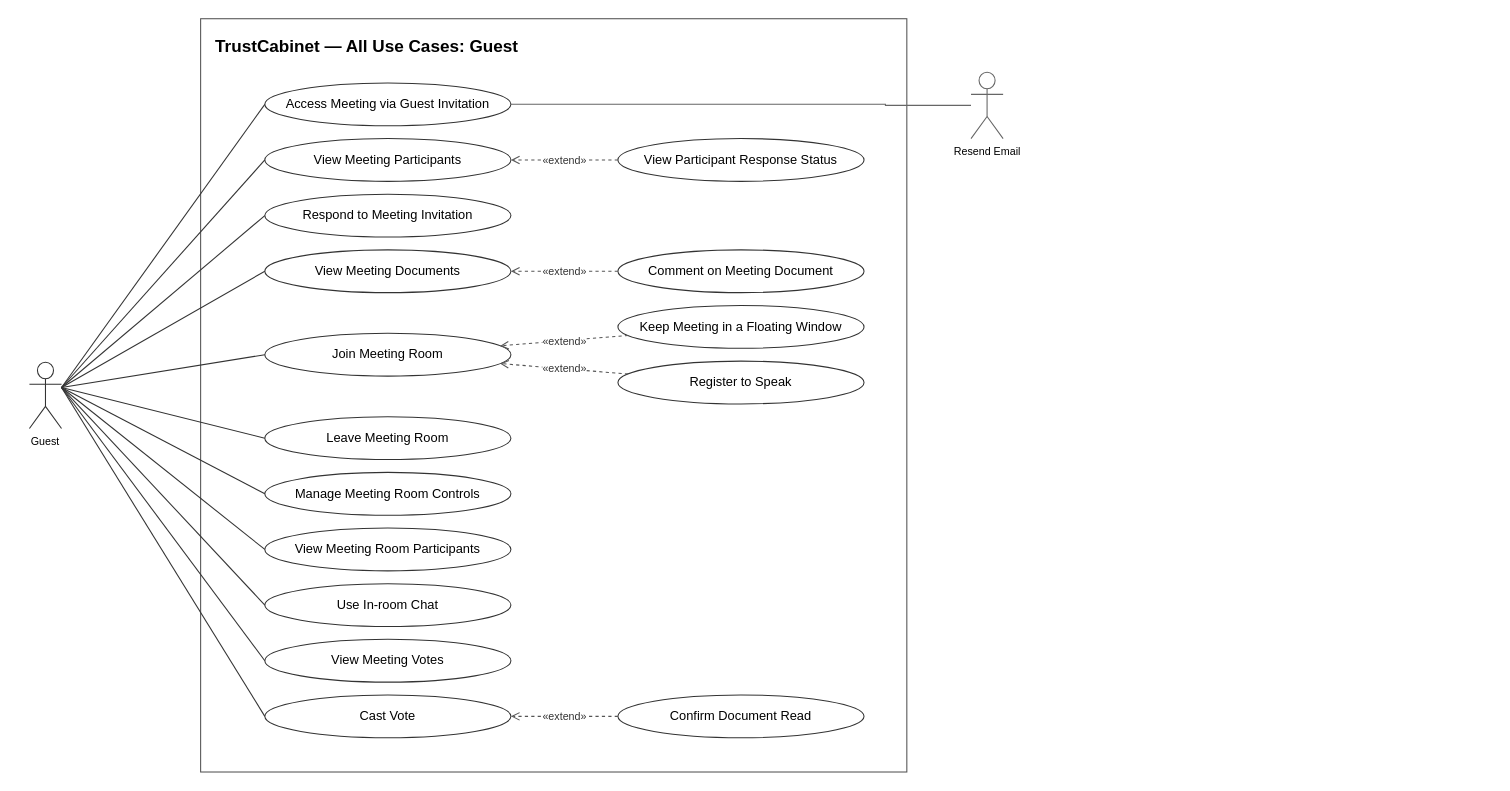
Earlier version of the draw.io diagram page "Guest" (7 of 7) of docs/14-uc-diagram/trustcabinet-use-cases.drawio (callmehai/FU-FA26-G116). Source tidied: cells renumbered, new cells numbered last; positions are measured from the earlier drawing's top-left corner, leaving out a move shared by most shapes. Both pictures are drawn from the tidied source at 107%, with x=0, y=0 at pixel (29, 18).
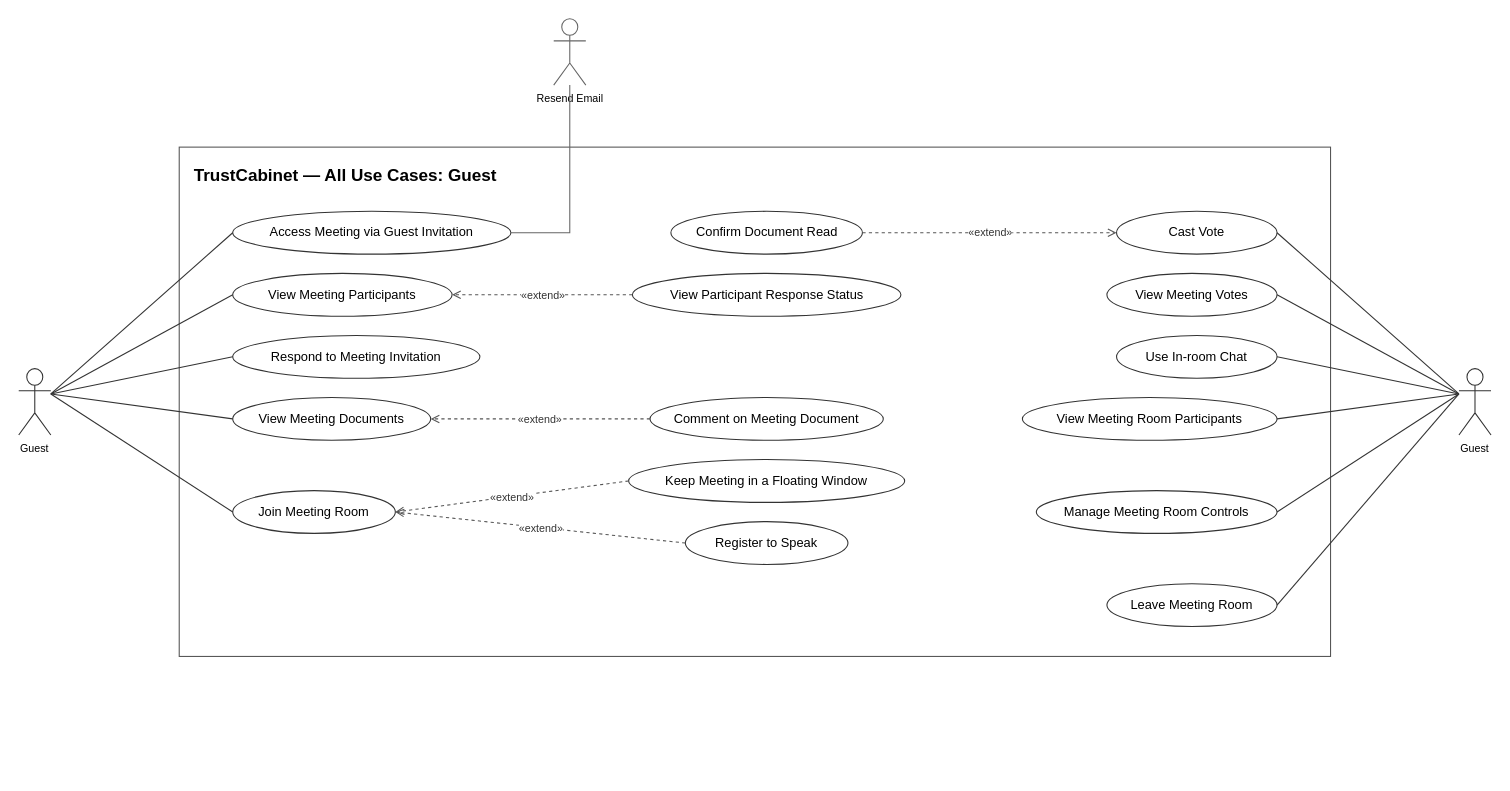
The same page after the edit.

What changed in the source:
```diff
@@
     <mxCell id="2" value="TrustCabinet — All Use Cases: Guest" style="rounded=0;whiteSpace=wrap;html=1;align=left;verticalAlign=top;spacingTop=10;spacingLeft=12;fontStyle=1;fontSize=16;strokeColor=#555555;fillColor=none;" parent="1" vertex="1">
-      <mxGeometry x="160" width="660" height="704" as="geometry" />
+      <mxGeometry x="140" y="120" width="1076" height="476" as="geometry" />
     </mxCell>
     <mxCell id="3" value="Guest" style="shape=umlActor;whiteSpace=wrap;verticalLabelPosition=bottom;verticalAlign=top;html=1;outlineConnect=0;fillColor=#ffffff;strokeColor=#333333;fontSize=10;" parent="1" vertex="1">
-      <mxGeometry y="321" width="30" height="62" as="geometry" />
+      <mxGeometry x="-10" y="327" width="30" height="62" as="geometry" />
     </mxCell>
+    <mxCell id="38" value="Guest" style="shape=umlActor;whiteSpace=wrap;verticalLabelPosition=bottom;verticalAlign=top;html=1;outlineConnect=0;fillColor=#ffffff;strokeColor=#333333;fontSize=10;" parent="1" vertex="1">
+      <mxGeometry x="1336" y="327" width="30" height="62" as="geometry" />
+    </mxCell>
     <mxCell id="4" value="Respond to Meeting Invitation" style="ellipse;whiteSpace=wrap;html=1;align=center;verticalAlign=middle;fontSize=12;strokeColor=#333333;fillColor=#ffffff;" parent="1" vertex="1">
-      <mxGeometry x="220" y="164" width="230" height="40" as="geometry" />
+      <mxGeometry x="190" y="296" width="231" height="40" as="geometry" />
     </mxCell>
     <mxCell id="5" value="Join Meeting Room" style="ellipse;whiteSpace=wrap;html=1;align=center;verticalAlign=middle;fontSize=12;strokeColor=#333333;fillColor=#ffffff;" parent="1" vertex="1">
-      <mxGeometry x="220" y="294" width="230" height="40" as="geometry" />
+      <mxGeometry x="190" y="441" width="152" height="40" as="geometry" />
     </mxCell>
     <mxCell id="6" value="Leave Meeting Room" style="ellipse;whiteSpace=wrap;html=1;align=center;verticalAlign=middle;fontSize=12;strokeColor=#333333;fillColor=#ffffff;" parent="1" vertex="1">
-      <mxGeometry x="220" y="372" width="230" height="40" as="geometry" />
+      <mxGeometry x="1007" y="528" width="159" height="40" as="geometry" />
     </mxCell>
     <mxCell id="7" value="Manage Meeting Room Controls" style="ellipse;whiteSpace=wrap;html=1;align=center;verticalAlign=middle;fontSize=12;strokeColor=#333333;fillColor=#ffffff;" parent="1" vertex="1">
-      <mxGeometry x="220" y="424" width="230" height="40" as="geometry" />
+      <mxGeometry x="941" y="441" width="225" height="40" as="geometry" />
     </mxCell>
     <mxCell id="8" value="View Meeting Room Participants" style="ellipse;whiteSpace=wrap;html=1;align=center;verticalAlign=middle;fontSize=12;strokeColor=#333333;fillColor=#ffffff;" parent="1" vertex="1">
-      <mxGeometry x="220" y="476" width="230" height="40" as="geometry" />
+      <mxGeometry x="928" y="354" width="238" height="40" as="geometry" />
     </mxCell>
     <mxCell id="9" value="Use In-room Chat" style="ellipse;whiteSpace=wrap;html=1;align=center;verticalAlign=middle;fontSize=12;strokeColor=#333333;fillColor=#ffffff;" parent="1" vertex="1">
-      <mxGeometry x="220" y="528" width="230" height="40" as="geometry" />
+      <mxGeometry x="1016" y="296" width="150" height="40" as="geometry" />
     </mxCell>
     <mxCell id="10" value="View Meeting Documents" style="ellipse;whiteSpace=wrap;html=1;align=center;verticalAlign=middle;fontSize=12;strokeColor=#333333;fillColor=#ffffff;" parent="1" vertex="1">
-      <mxGeometry x="220" y="216" width="230" height="40" as="geometry" />
+      <mxGeometry x="190" y="354" width="185" height="40" as="geometry" />
     </mxCell>
     <mxCell id="11" value="Access Meeting via Guest Invitation" style="ellipse;whiteSpace=wrap;html=1;align=center;verticalAlign=middle;fontSize=12;strokeColor=#333333;fillColor=#ffffff;" parent="1" vertex="1">
-      <mxGeometry x="220" y="60" width="230" height="40" as="geometry" />
+      <mxGeometry x="190" y="180" width="260" height="40" as="geometry" />
     </mxCell>
     <mxCell id="12" value="View Meeting Votes" style="ellipse;whiteSpace=wrap;html=1;align=center;verticalAlign=middle;fontSize=12;strokeColor=#333333;fillColor=#ffffff;" parent="1" vertex="1">
-      <mxGeometry x="220" y="580" width="230" height="40" as="geometry" />
+      <mxGeometry x="1007" y="238" width="159" height="40" as="geometry" />
     </mxCell>
     <mxCell id="13" value="Comment on Meeting Document" style="ellipse;whiteSpace=wrap;html=1;align=center;verticalAlign=middle;fontSize=12;strokeColor=#333333;fillColor=#ffffff;" parent="1" vertex="1">
-      <mxGeometry x="550" y="216" width="230" height="40" as="geometry" />
+      <mxGeometry x="580" y="354" width="218" height="40" as="geometry" />
     </mxCell>
     <mxCell id="14" value="Cast Vote" style="ellipse;whiteSpace=wrap;html=1;align=center;verticalAlign=middle;fontSize=12;strokeColor=#333333;fillColor=#ffffff;" parent="1" vertex="1">
-      <mxGeometry x="220" y="632" width="230" height="40" as="geometry" />
+      <mxGeometry x="1016" y="180" width="150" height="40" as="geometry" />
     </mxCell>
     <mxCell id="15" value="View Meeting Participants" style="ellipse;whiteSpace=wrap;html=1;align=center;verticalAlign=middle;fontSize=12;strokeColor=#333333;fillColor=#ffffff;" parent="1" vertex="1">
-      <mxGeometry x="220" y="112" width="230" height="40" as="geometry" />
+      <mxGeometry x="190" y="238" width="205" height="40" as="geometry" />
     </mxCell>
     <mxCell id="16" value="View Participant Response Status" style="ellipse;whiteSpace=wrap;html=1;align=center;verticalAlign=middle;fontSize=12;strokeColor=#333333;fillColor=#ffffff;" parent="1" vertex="1">
-      <mxGeometry x="550" y="112" width="230" height="40" as="geometry" />
+      <mxGeometry x="563.5" y="238" width="251" height="40" as="geometry" />
     </mxCell>
     <mxCell id="17" value="Confirm Document Read" style="ellipse;whiteSpace=wrap;html=1;align=center;verticalAlign=middle;fontSize=12;strokeColor=#333333;fillColor=#ffffff;" parent="1" vertex="1">
-      <mxGeometry x="550" y="632" width="230" height="40" as="geometry" />
+      <mxGeometry x="599.5" y="180" width="179" height="40" as="geometry" />
     </mxCell>
     <mxCell id="18" value="Keep Meeting in a Floating Window" style="ellipse;whiteSpace=wrap;html=1;align=center;verticalAlign=middle;fontSize=12;strokeColor=#333333;fillColor=#ffffff;" parent="1" vertex="1">
-      <mxGeometry x="550" y="268" width="230" height="40" as="geometry" />
+      <mxGeometry x="560" y="412" width="258" height="40" as="geometry" />
     </mxCell>
     <mxCell id="19" value="Register to Speak" style="ellipse;whiteSpace=wrap;html=1;align=center;verticalAlign=middle;fontSize=12;strokeColor=#333333;fillColor=#ffffff;" parent="1" vertex="1">
-      <mxGeometry x="550" y="320" width="230" height="40" as="geometry" />
+      <mxGeometry x="613" y="470" width="152" height="40" as="geometry" />
     </mxCell>
     <mxCell id="20" value="Resend Email" style="shape=umlActor;verticalLabelPosition=bottom;verticalAlign=top;html=1;outlineConnect=0;fillColor=#ffffff;strokeColor=#666666;fontSize=10;" parent="1" vertex="1">
-      <mxGeometry x="880" y="50" width="30" height="62" as="geometry" />
+      <mxGeometry x="490" width="30" height="62" as="geometry" />
     </mxCell>
+    <mxCell id="26" style="edgeStyle=orthogonalEdgeStyle;rounded=0;strokeColor=#666666;html=1;strokeWidth=1;endArrow=none;startArrow=none;exitX=1;exitY=0.5;exitDx=0;exitDy=0;entryX=0.5;entryY=1;entryDx=0;entryDy=0;" parent="1" edge="1" source="11" target="20">
+      <mxGeometry relative="1" as="geometry">
+        <Array as="points">
+          <mxPoint x="505" y="200" />
+          <mxPoint x="505" y="100" />
+          <mxPoint x="505" y="100" />
+        </Array>
+      </mxGeometry>
+    </mxCell>
+    <mxCell id="24" value="&amp;#171;extend&amp;#187;" style="edgeStyle=none;html=1;dashed=1;strokeColor=#555555;fontColor=#333333;fontSize=10;endArrow=open;endFill=0;labelBackgroundColor=#FFFFFF;exitX=0;exitY=0.5;exitDx=0;exitDy=0;entryX=1;entryY=0.5;entryDx=0;entryDy=0;" parent="1" edge="1" source="18" target="5">
+      <mxGeometry relative="1" as="geometry" />
+    </mxCell>
+    <mxCell id="25" value="&amp;#171;extend&amp;#187;" style="edgeStyle=none;html=1;dashed=1;strokeColor=#555555;fontColor=#333333;fontSize=10;endArrow=open;endFill=0;labelBackgroundColor=#FFFFFF;exitX=0;exitY=0.5;exitDx=0;exitDy=0;entryX=1;entryY=0.5;entryDx=0;entryDy=0;" parent="1" edge="1" source="19" target="5">
+      <mxGeometry relative="1" as="geometry" />
+    </mxCell>
-    <mxCell id="21" value="&amp;#171;extend&amp;#187;" style="edgeStyle=none;html=1;dashed=1;strokeColor=#555555;fontColor=#333333;fontSize=10;endArrow=open;endFill=0;labelBackgroundColor=#FFFFFF;" parent="1" edge="1" source="13" target="10">
+    <mxCell id="21" value="&amp;#171;extend&amp;#187;" style="edgeStyle=none;html=1;dashed=1;strokeColor=#555555;fontColor=#333333;fontSize=10;endArrow=open;endFill=0;labelBackgroundColor=#FFFFFF;exitX=0;exitY=0.5;exitDx=0;exitDy=0;entryX=1;entryY=0.5;entryDx=0;entryDy=0;" parent="1" edge="1" source="13" target="10">
       <mxGeometry relative="1" as="geometry" />
     </mxCell>
-    <mxCell id="22" value="&amp;#171;extend&amp;#187;" style="edgeStyle=none;html=1;dashed=1;strokeColor=#555555;fontColor=#333333;fontSize=10;endArrow=open;endFill=0;labelBackgroundColor=#FFFFFF;" parent="1" edge="1" source="16" target="15">
+    <mxCell id="22" value="&amp;#171;extend&amp;#187;" style="edgeStyle=none;html=1;dashed=1;strokeColor=#555555;fontColor=#333333;fontSize=10;endArrow=open;endFill=0;labelBackgroundColor=#FFFFFF;exitX=0;exitY=0.5;exitDx=0;exitDy=0;entryX=1;entryY=0.5;entryDx=0;entryDy=0;" parent="1" edge="1" source="16" target="15">
       <mxGeometry relative="1" as="geometry" />
     </mxCell>
-    <mxCell id="23" value="&amp;#171;extend&amp;#187;" style="edgeStyle=none;html=1;dashed=1;strokeColor=#555555;fontColor=#333333;fontSize=10;endArrow=open;endFill=0;labelBackgroundColor=#FFFFFF;" parent="1" edge="1" source="17" target="14">
+    <mxCell id="23" value="&amp;#171;extend&amp;#187;" style="edgeStyle=none;html=1;dashed=1;strokeColor=#555555;fontColor=#333333;fontSize=10;endArrow=open;endFill=0;labelBackgroundColor=#FFFFFF;exitX=1;exitY=0.5;exitDx=0;exitDy=0;entryX=0;entryY=0.5;entryDx=0;entryDy=0;" parent="1" edge="1" source="17" target="14">
       <mxGeometry relative="1" as="geometry" />
     </mxCell>
-    <mxCell id="24" value="&amp;#171;extend&amp;#187;" style="edgeStyle=none;html=1;dashed=1;strokeColor=#555555;fontColor=#333333;fontSize=10;endArrow=open;endFill=0;labelBackgroundColor=#FFFFFF;" parent="1" edge="1" source="18" target="5">
-      <mxGeometry relative="1" as="geometry" />
-    </mxCell>
-    <mxCell id="25" value="&amp;#171;extend&amp;#187;" style="edgeStyle=none;html=1;dashed=1;strokeColor=#555555;fontColor=#333333;fontSize=10;endArrow=open;endFill=0;labelBackgroundColor=#FFFFFF;" parent="1" edge="1" source="19" target="5">
-      <mxGeometry relative="1" as="geometry" />
-    </mxCell>
-    <mxCell id="26" style="edgeStyle=orthogonalEdgeStyle;rounded=0;html=1;strokeColor=#666666;strokeWidth=1;endArrow=none;startArrow=none;exitX=1;exitY=0.5;exitDx=0;exitDy=0;entryX=0;entryY=0.5;entryDx=0;entryDy=0;" parent="1" edge="1" source="11" target="20">
-      <mxGeometry relative="1" as="geometry">
-        <Array as="points">
-          <mxPoint x="800" y="80" />
-        </Array>
-      </mxGeometry>
-    </mxCell>
-    <mxCell id="27" style="edgeStyle=none;html=1;strokeColor=#333333;strokeWidth=1;endArrow=none;startArrow=none;exitX=1;exitY=0.35;exitDx=4;exitDy=0;entryX=0;entryY=0.5;entryDx=0;entryDy=0;" parent="1" edge="1" source="3" target="11">
+    <mxCell id="27" style="edgeStyle=none;strokeColor=#333333;html=1;strokeWidth=1;endArrow=none;startArrow=none;exitX=1;exitY=0.35;exitDx=4;exitDy=0;entryX=0;entryY=0.5;entryDx=0;entryDy=0;" parent="1" edge="1" source="3" target="11">
       <mxGeometry relative="1" as="geometry" />
     </mxCell>
-    <mxCell id="28" style="edgeStyle=none;html=1;strokeColor=#333333;strokeWidth=1;endArrow=none;startArrow=none;exitX=1;exitY=0.35;exitDx=4;exitDy=0;entryX=0;entryY=0.5;entryDx=0;entryDy=0;" parent="1" edge="1" source="3" target="15">
+    <mxCell id="28" style="edgeStyle=none;strokeColor=#333333;html=1;strokeWidth=1;endArrow=none;startArrow=none;exitX=1;exitY=0.35;exitDx=4;exitDy=0;entryX=0;entryY=0.5;entryDx=0;entryDy=0;" parent="1" edge="1" source="3" target="15">
       <mxGeometry relative="1" as="geometry" />
     </mxCell>
-    <mxCell id="29" style="edgeStyle=none;html=1;strokeColor=#333333;strokeWidth=1;endArrow=none;startArrow=none;exitX=1;exitY=0.35;exitDx=4;exitDy=0;entryX=0;entryY=0.5;entryDx=0;entryDy=0;" parent="1" edge="1" source="3" target="4">
+    <mxCell id="29" style="edgeStyle=none;strokeColor=#333333;html=1;strokeWidth=1;endArrow=none;startArrow=none;exitX=1;exitY=0.35;exitDx=4;exitDy=0;entryX=0;entryY=0.5;entryDx=0;entryDy=0;" parent="1" edge="1" source="3" target="4">
       <mxGeometry relative="1" as="geometry" />
     </mxCell>
-    <mxCell id="30" style="edgeStyle=none;html=1;strokeColor=#333333;strokeWidth=1;endArrow=none;startArrow=none;exitX=1;exitY=0.35;exitDx=4;exitDy=0;entryX=0;entryY=0.5;entryDx=0;entryDy=0;" parent="1" edge="1" source="3" target="10">
+    <mxCell id="30" style="edgeStyle=none;strokeColor=#333333;html=1;strokeWidth=1;endArrow=none;startArrow=none;exitX=1;exitY=0.35;exitDx=4;exitDy=0;entryX=0;entryY=0.5;entryDx=0;entryDy=0;" parent="1" edge="1" source="3" target="10">
       <mxGeometry relative="1" as="geometry" />
     </mxCell>
-    <mxCell id="31" style="edgeStyle=none;html=1;strokeColor=#333333;strokeWidth=1;endArrow=none;startArrow=none;exitX=1;exitY=0.35;exitDx=4;exitDy=0;entryX=0;entryY=0.5;entryDx=0;entryDy=0;" parent="1" edge="1" source="3" target="5">
+    <mxCell id="31" style="edgeStyle=none;strokeColor=#333333;html=1;strokeWidth=1;endArrow=none;startArrow=none;exitX=1;exitY=0.35;exitDx=4;exitDy=0;entryX=0;entryY=0.5;entryDx=0;entryDy=0;" parent="1" edge="1" source="3" target="5">
       <mxGeometry relative="1" as="geometry" />
     </mxCell>
-    <mxCell id="32" style="edgeStyle=none;html=1;strokeColor=#333333;strokeWidth=1;endArrow=none;startArrow=none;exitX=1;exitY=0.35;exitDx=4;exitDy=0;entryX=0;entryY=0.5;entryDx=0;entryDy=0;" parent="1" edge="1" source="3" target="6">
+    <mxCell id="32" style="edgeStyle=none;strokeColor=#333333;html=1;strokeWidth=1;endArrow=none;startArrow=none;exitX=0;exitY=0.35;exitDx=-4;exitDy=0;entryX=1;entryY=0.5;entryDx=0;entryDy=0;" parent="1" edge="1" source="38" target="6">
       <mxGeometry relative="1" as="geometry" />
     </mxCell>
-    <mxCell id="33" style="edgeStyle=none;html=1;strokeColor=#333333;strokeWidth=1;endArrow=none;startArrow=none;exitX=1;exitY=0.35;exitDx=4;exitDy=0;entryX=0;entryY=0.5;entryDx=0;entryDy=0;" parent="1" edge="1" source="3" target="7">
+    <mxCell id="33" style="edgeStyle=none;strokeColor=#333333;html=1;strokeWidth=1;endArrow=none;startArrow=none;exitX=0;exitY=0.35;exitDx=-4;exitDy=0;entryX=1;entryY=0.5;entryDx=0;entryDy=0;" parent="1" edge="1" source="38" target="7">
       <mxGeometry relative="1" as="geometry" />
     </mxCell>
-    <mxCell id="34" style="edgeStyle=none;html=1;strokeColor=#333333;strokeWidth=1;endArrow=none;startArrow=none;exitX=1;exitY=0.35;exitDx=4;exitDy=0;entryX=0;entryY=0.5;entryDx=0;entryDy=0;" parent="1" edge="1" source="3" target="8">
+    <mxCell id="34" style="edgeStyle=none;strokeColor=#333333;html=1;strokeWidth=1;endArrow=none;startArrow=none;exitX=0;exitY=0.35;exitDx=-4;exitDy=0;entryX=1;entryY=0.5;entryDx=0;entryDy=0;" parent="1" edge="1" source="38" target="8">
       <mxGeometry relative="1" as="geometry" />
     </mxCell>
-    <mxCell id="35" style="edgeStyle=none;html=1;strokeColor=#333333;strokeWidth=1;endArrow=none;startArrow=none;exitX=1;exitY=0.35;exitDx=4;exitDy=0;entryX=0;entryY=0.5;entryDx=0;entryDy=0;" parent="1" edge="1" source="3" target="9">
+    <mxCell id="35" style="edgeStyle=none;strokeColor=#333333;html=1;strokeWidth=1;endArrow=none;startArrow=none;exitX=0;exitY=0.35;exitDx=-4;exitDy=0;entryX=1;entryY=0.5;entryDx=0;entryDy=0;" parent="1" edge="1" source="38" target="9">
       <mxGeometry relative="1" as="geometry" />
     </mxCell>
-    <mxCell id="36" style="edgeStyle=none;html=1;strokeColor=#333333;strokeWidth=1;endArrow=none;startArrow=none;exitX=1;exitY=0.35;exitDx=4;exitDy=0;entryX=0;entryY=0.5;entryDx=0;entryDy=0;" parent="1" edge="1" source="3" target="12">
+    <mxCell id="36" style="edgeStyle=none;strokeColor=#333333;html=1;strokeWidth=1;endArrow=none;startArrow=none;exitX=0;exitY=0.35;exitDx=-4;exitDy=0;entryX=1;entryY=0.5;entryDx=0;entryDy=0;" parent="1" edge="1" source="38" target="12">
       <mxGeometry relative="1" as="geometry" />
     </mxCell>
-    <mxCell id="37" style="edgeStyle=none;html=1;strokeColor=#333333;strokeWidth=1;endArrow=none;startArrow=none;exitX=1;exitY=0.35;exitDx=4;exitDy=0;entryX=0;entryY=0.5;entryDx=0;entryDy=0;" parent="1" edge="1" source="3" target="14">
+    <mxCell id="37" style="edgeStyle=none;strokeColor=#333333;html=1;strokeWidth=1;endArrow=none;startArrow=none;exitX=0;exitY=0.35;exitDx=-4;exitDy=0;entryX=1;entryY=0.5;entryDx=0;entryDy=0;" parent="1" edge="1" source="38" target="14">
       <mxGeometry relative="1" as="geometry" />
     </mxCell>
```
